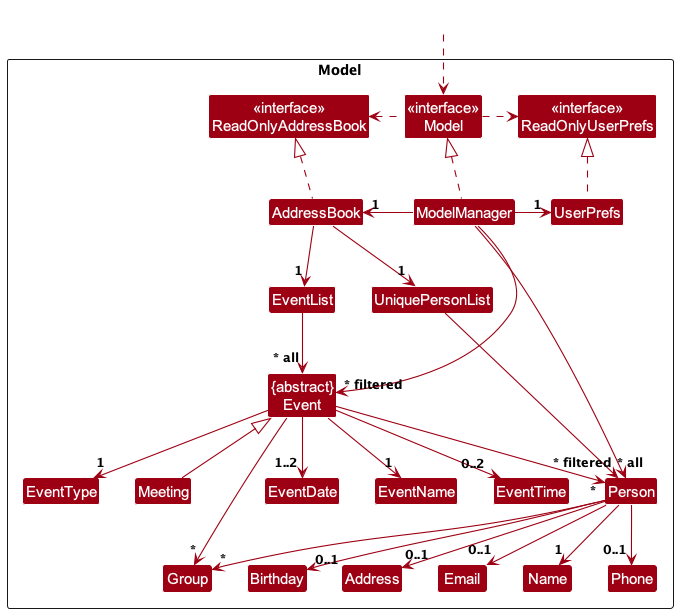
The PlantUML diagram docs/images/ModelClassDiagram.png in nus-cs2103-AY2324S1/tp, before a commit.
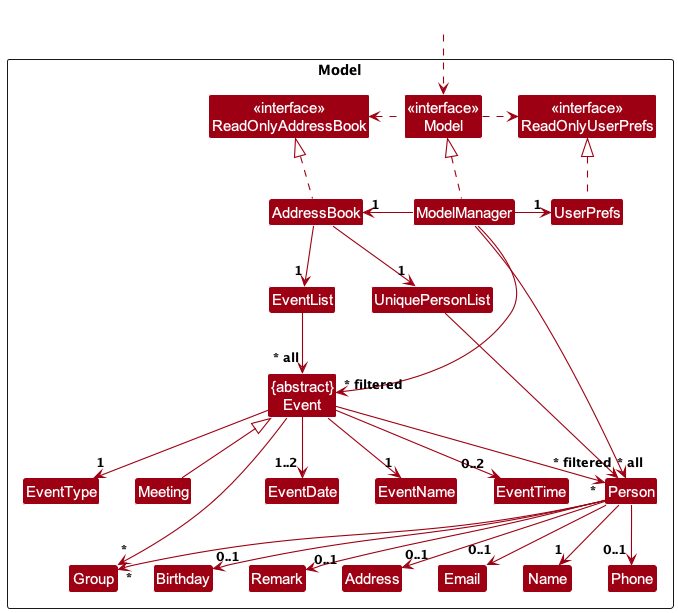
Later version of the same file.

Change to the diagram source:
```diff
@@ -20,6 +20,7 @@
 Class Phone
 Class Group
 Class Birthday
+Class Remark
 
 Class EventList
 Class "{abstract}\nEvent" as Event
@@ -55,6 +56,7 @@
 Person --> "0..1" Address
 Person --> "*" Group
 Person --> "0..1" Birthday
+Person --> "0..1" Remark
 Event --> "1" EventName
 Event --> "1..2" EventDate
 Event --> "1" EventType
```
